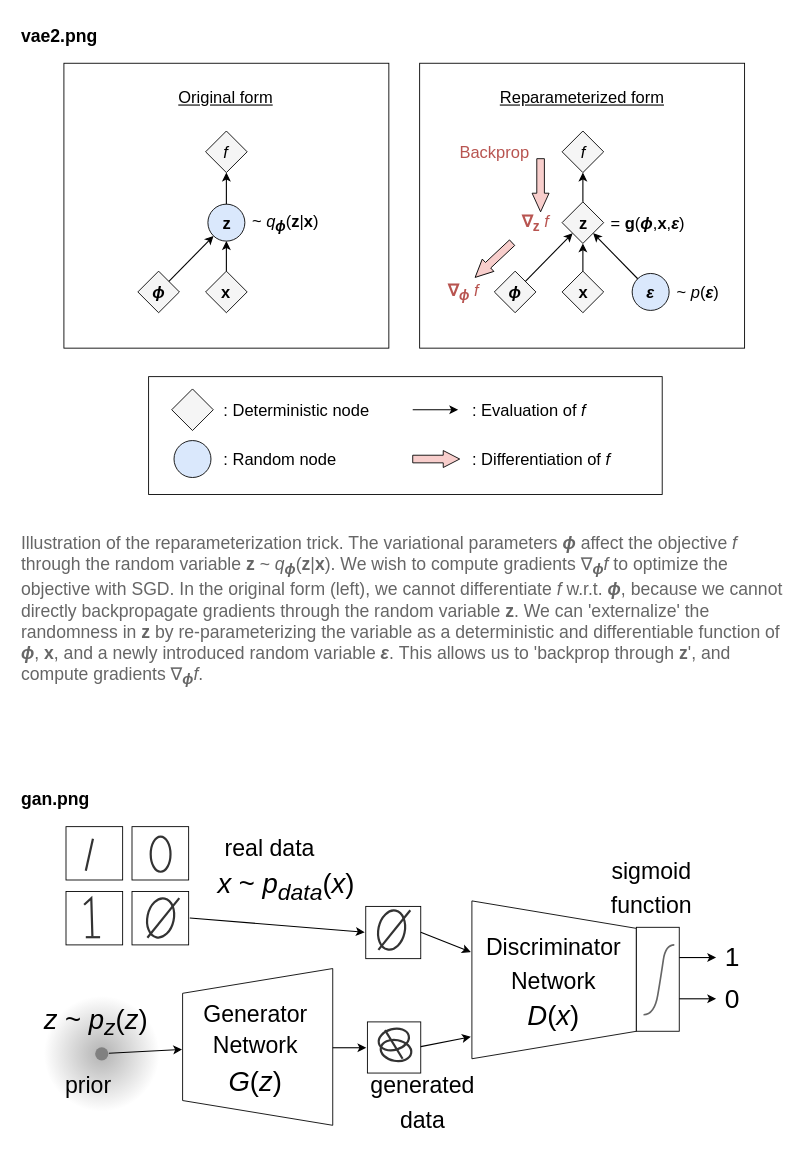
Before: assets/vae-gan/vae-gan.drawio in brunomaga/brunomaga.github.io, a draw.io diagram. Source tidied: cells renumbered, new cells numbered last; positions are measured from the earlier drawing's top-left corner, leaving out a move shared by most shapes. Both pictures are drawn from the tidied source at 110%, with x=0, y=0 at pixel (19, 19).
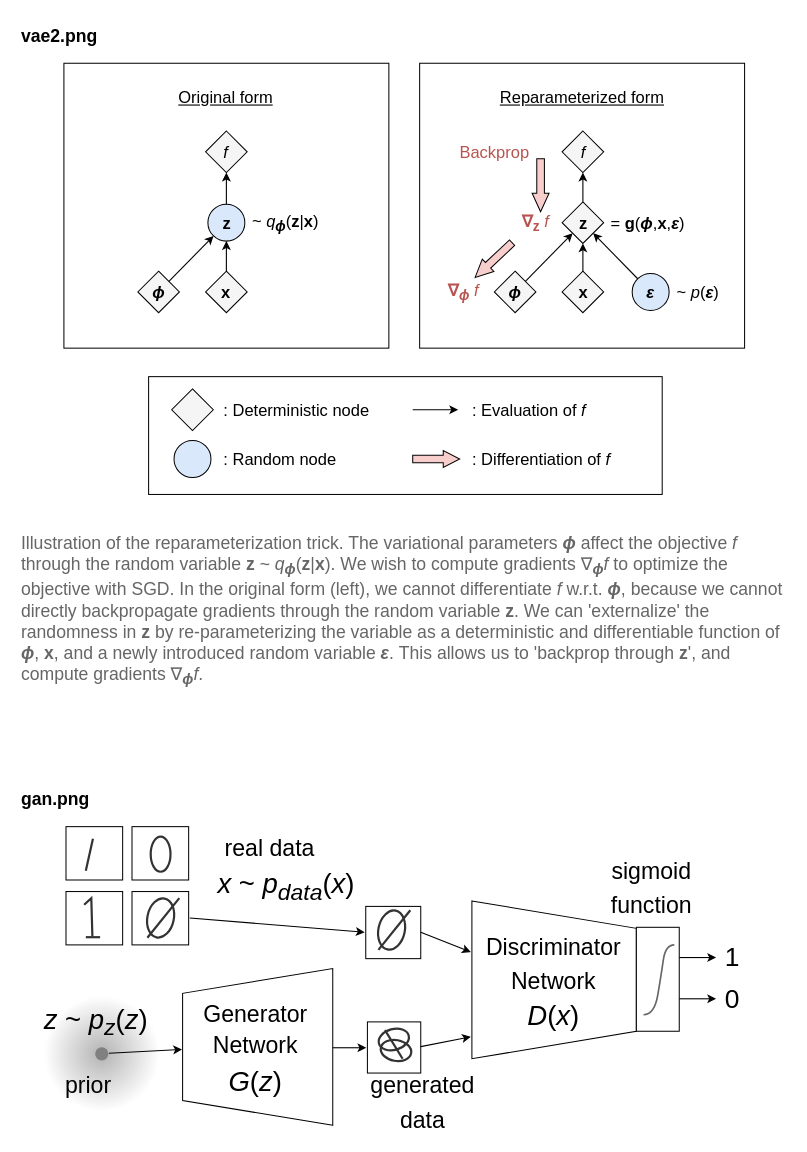
The same page after the edit.

Unchanged cells that the change refers to:
```xml
<mxCell id="3" style="group;" parent="1" vertex="1">
  <mxGeometry y="40" width="700" height="574" as="geometry" />
</mxCell>
<mxCell id="43" style="group;" parent="1" vertex="1">
  <mxGeometry y="734" width="661" height="277" as="geometry" />
</mxCell>
```

What changed in the source:
```diff
@@
-    <mxCell id="4" style="rounded=0;whiteSpace=wrap;html=1;fillColor=#ffffff;fontSize=14;strokeColor=#000000;strokeWidth=0.8;" parent="3" vertex="1">
+    <mxCell id="4" style="rounded=0;whiteSpace=wrap;html=1;fillColor=#ffffff;fontSize=14;strokeColor=#000000;strokeWidth=0.92;" parent="3" vertex="1">
       <mxGeometry x="40.6" width="295.4" height="259" as="geometry" />
     </mxCell>
@@
-    <mxCell id="6" style="rounded=0;whiteSpace=wrap;html=1;fillColor=#ffffff;fontSize=14;strokeColor=#000000;strokeWidth=0.8;" parent="3" vertex="1">
+    <mxCell id="6" style="rounded=0;whiteSpace=wrap;html=1;fillColor=#ffffff;fontSize=14;strokeColor=#000000;strokeWidth=0.92;" parent="3" vertex="1">
       <mxGeometry x="364" width="295.4" height="259" as="geometry" />
     </mxCell>
@@
-    <mxCell id="8" value="&lt;i&gt;f&lt;/i&gt;" style="shape=rhombus;whiteSpace=wrap;html=1;fillColor=#f5f5f5;fontSize=15;perimeter=rhombusPerimeter;strokeColor=#000000;strokeWidth=0.8;" parent="3" vertex="1">
+    <mxCell id="8" value="&lt;i&gt;f&lt;/i&gt;" style="shape=rhombus;whiteSpace=wrap;html=1;fillColor=#f5f5f5;fontSize=15;perimeter=rhombusPerimeter;strokeColor=#000000;strokeWidth=0.92;" parent="3" vertex="1">
       <mxGeometry x="169.4" y="61.6" width="37.8" height="37.8" as="geometry" />
     </mxCell>
-    <mxCell id="9" value="&lt;b&gt;z&lt;/b&gt;" style="ellipse;whiteSpace=wrap;html=1;fillColor=#dae8fc;fontSize=15;strokeColor=#000000;strokeWidth=0.8;" parent="3" vertex="1">
+    <mxCell id="9" value="&lt;b&gt;z&lt;/b&gt;" style="ellipse;whiteSpace=wrap;html=1;fillColor=#dae8fc;fontSize=15;strokeColor=#000000;strokeWidth=0.92;" parent="3" vertex="1">
       <mxGeometry x="171.5" y="128.1" width="33.6" height="33.6" as="geometry" />
     </mxCell>
-    <mxCell id="10" value="&lt;b&gt;&lt;i&gt;ϕ&lt;/i&gt;&lt;/b&gt;" style="shape=rhombus;whiteSpace=wrap;html=1;fillColor=#f5f5f5;fontSize=15;perimeter=rhombusPerimeter;strokeColor=#000000;strokeWidth=0.8;" parent="3" vertex="1">
+    <mxCell id="10" value="&lt;b&gt;&lt;i&gt;ϕ&lt;/i&gt;&lt;/b&gt;" style="shape=rhombus;whiteSpace=wrap;html=1;fillColor=#f5f5f5;fontSize=15;perimeter=rhombusPerimeter;strokeColor=#000000;strokeWidth=0.92;" parent="3" vertex="1">
       <mxGeometry x="107.8" y="189" width="37.8" height="37.8" as="geometry" />
     </mxCell>
-    <mxCell id="11" value="&lt;b&gt;x&lt;/b&gt;" style="shape=rhombus;whiteSpace=wrap;html=1;fillColor=#f5f5f5;fontSize=15;perimeter=rhombusPerimeter;strokeColor=#000000;strokeWidth=0.8;" parent="3" vertex="1">
+    <mxCell id="11" value="&lt;b&gt;x&lt;/b&gt;" style="shape=rhombus;whiteSpace=wrap;html=1;fillColor=#f5f5f5;fontSize=15;perimeter=rhombusPerimeter;strokeColor=#000000;strokeWidth=0.92;" parent="3" vertex="1">
       <mxGeometry x="169.4" y="189" width="37.8" height="37.8" as="geometry" />
     </mxCell>
@@
-    <mxCell id="16" value="&lt;i&gt;f&lt;/i&gt;" style="shape=rhombus;whiteSpace=wrap;html=1;fillColor=#f5f5f5;fontSize=15;perimeter=rhombusPerimeter;strokeColor=#000000;strokeWidth=0.8;" parent="3" vertex="1">
+    <mxCell id="16" value="&lt;i&gt;f&lt;/i&gt;" style="shape=rhombus;whiteSpace=wrap;html=1;fillColor=#f5f5f5;fontSize=15;perimeter=rhombusPerimeter;strokeColor=#000000;strokeWidth=0.92;" parent="3" vertex="1">
       <mxGeometry x="493.5" y="61.6" width="37.8" height="37.8" as="geometry" />
     </mxCell>
-    <mxCell id="17" value="&lt;b&gt;z&lt;/b&gt;" style="shape=rhombus;whiteSpace=wrap;html=1;fillColor=#f5f5f5;fontSize=15;perimeter=rhombusPerimeter;strokeColor=#000000;strokeWidth=0.8;" parent="3" vertex="1">
+    <mxCell id="17" value="&lt;b&gt;z&lt;/b&gt;" style="shape=rhombus;whiteSpace=wrap;html=1;fillColor=#f5f5f5;fontSize=15;perimeter=rhombusPerimeter;strokeColor=#000000;strokeWidth=0.92;" parent="3" vertex="1">
       <mxGeometry x="493.5" y="126" width="37.8" height="37.8" as="geometry" />
     </mxCell>
-    <mxCell id="18" value="&lt;b&gt;&lt;i&gt;ϕ&lt;/i&gt;&lt;/b&gt;" style="shape=rhombus;whiteSpace=wrap;html=1;fillColor=#f5f5f5;fontSize=15;perimeter=rhombusPerimeter;strokeColor=#000000;strokeWidth=0.8;" parent="3" vertex="1">
+    <mxCell id="18" value="&lt;b&gt;&lt;i&gt;ϕ&lt;/i&gt;&lt;/b&gt;" style="shape=rhombus;whiteSpace=wrap;html=1;fillColor=#f5f5f5;fontSize=15;perimeter=rhombusPerimeter;strokeColor=#000000;strokeWidth=0.92;" parent="3" vertex="1">
       <mxGeometry x="431.9" y="189" width="37.8" height="37.8" as="geometry" />
     </mxCell>
-    <mxCell id="19" value="&lt;b&gt;x&lt;/b&gt;" style="shape=rhombus;whiteSpace=wrap;html=1;fillColor=#f5f5f5;fontSize=15;perimeter=rhombusPerimeter;strokeColor=#000000;strokeWidth=0.8;" parent="3" vertex="1">
+    <mxCell id="19" value="&lt;b&gt;x&lt;/b&gt;" style="shape=rhombus;whiteSpace=wrap;html=1;fillColor=#f5f5f5;fontSize=15;perimeter=rhombusPerimeter;strokeColor=#000000;strokeWidth=0.92;" parent="3" vertex="1">
       <mxGeometry x="493.5" y="189" width="37.8" height="37.8" as="geometry" />
     </mxCell>
-    <mxCell id="20" value="&lt;b&gt;&lt;i&gt;ε&lt;/i&gt;&lt;/b&gt;" style="ellipse;whiteSpace=wrap;html=1;fillColor=#dae8fc;fontSize=15;strokeColor=#000000;strokeWidth=0.8;" parent="3" vertex="1">
+    <mxCell id="20" value="&lt;b&gt;&lt;i&gt;ε&lt;/i&gt;&lt;/b&gt;" style="ellipse;whiteSpace=wrap;html=1;fillColor=#dae8fc;fontSize=15;strokeColor=#000000;strokeWidth=0.92;" parent="3" vertex="1">
       <mxGeometry x="557.2" y="191.1" width="33.6" height="33.6" as="geometry" />
     </mxCell>
@@
-    <mxCell id="28" style="shape=singleArrow;whiteSpace=wrap;html=1;fillColor=#f8cecc;fontSize=14;arrowWidth=0.45;arrowSize=0.35;rotation=90.0;strokeColor=#000000;strokeWidth=0.8;" parent="3" vertex="1">
+    <mxCell id="28" style="shape=singleArrow;whiteSpace=wrap;html=1;fillColor=#f8cecc;fontSize=14;arrowWidth=0.45;arrowSize=0.35;rotation=90.0;strokeColor=#000000;strokeWidth=0.92;" parent="3" vertex="1">
       <mxGeometry x="449.8" y="103.2" width="48.3" height="15.4" as="geometry" />
     </mxCell>
@@
-    <mxCell id="30" style="shape=singleArrow;whiteSpace=wrap;html=1;fillColor=#f8cecc;fontSize=14;arrowWidth=0.45;arrowSize=0.35;rotation=136.8;strokeColor=#000000;strokeWidth=0.8;" parent="3" vertex="1">
+    <mxCell id="30" style="shape=singleArrow;whiteSpace=wrap;html=1;fillColor=#f8cecc;fontSize=14;arrowWidth=0.45;arrowSize=0.35;rotation=136.8;strokeColor=#000000;strokeWidth=0.92;" parent="3" vertex="1">
       <mxGeometry x="408.2" y="171.2" width="46.1" height="15.4" as="geometry" />
     </mxCell>
@@
-    <mxCell id="32" style="rounded=0;whiteSpace=wrap;html=1;fillColor=#ffffff;fontSize=14;strokeColor=#000000;strokeWidth=0.8;" parent="3" vertex="1">
+    <mxCell id="32" style="rounded=0;whiteSpace=wrap;html=1;fillColor=#ffffff;fontSize=14;strokeColor=#000000;strokeWidth=0.92;" parent="3" vertex="1">
       <mxGeometry x="117.6" y="284.9" width="466.9" height="107.1" as="geometry" />
     </mxCell>
-    <mxCell id="33" style="shape=rhombus;whiteSpace=wrap;html=1;fillColor=#f5f5f5;fontSize=15;perimeter=rhombusPerimeter;strokeColor=#000000;strokeWidth=0.8;" parent="3" vertex="1">
+    <mxCell id="33" style="shape=rhombus;whiteSpace=wrap;html=1;fillColor=#f5f5f5;fontSize=15;perimeter=rhombusPerimeter;strokeColor=#000000;strokeWidth=0.92;" parent="3" vertex="1">
       <mxGeometry x="138.6" y="296.1" width="37.8" height="37.8" as="geometry" />
     </mxCell>
-    <mxCell id="34" style="ellipse;whiteSpace=wrap;html=1;fillColor=#dae8fc;fontSize=14;strokeColor=#000000;strokeWidth=0.8;" parent="3" vertex="1">
+    <mxCell id="34" style="ellipse;whiteSpace=wrap;html=1;fillColor=#dae8fc;fontSize=14;strokeColor=#000000;strokeWidth=0.92;" parent="3" vertex="1">
       <mxGeometry x="140.7" y="343" width="33.6" height="33.6" as="geometry" />
     </mxCell>
@@
-    <mxCell id="38" style="shape=singleArrow;whiteSpace=wrap;html=1;fillColor=#f8cecc;fontSize=14;arrowWidth=0.45;arrowSize=0.35;rotation=0.0;strokeColor=#000000;strokeWidth=0.8;" parent="3" vertex="1">
+    <mxCell id="38" style="shape=singleArrow;whiteSpace=wrap;html=1;fillColor=#f8cecc;fontSize=14;arrowWidth=0.45;arrowSize=0.35;rotation=0.0;strokeColor=#000000;strokeWidth=0.92;" parent="3" vertex="1">
       <mxGeometry x="357.7" y="352.1" width="42.7" height="15.4" as="geometry" />
     </mxCell>
@@
-    <mxCell id="44" style="rounded=0;whiteSpace=wrap;html=1;fillColor=#ffffff;fontSize=14;strokeColor=#000000;strokeWidth=0.8;" parent="43" vertex="1">
+    <mxCell id="44" style="rounded=0;whiteSpace=wrap;html=1;fillColor=#ffffff;fontSize=14;strokeColor=#000000;strokeWidth=0.93;" parent="43" vertex="1">
       <mxGeometry x="42.5" width="51.5" height="48.5" as="geometry" />
     </mxCell>
-    <mxCell id="45" style="rounded=0;whiteSpace=wrap;html=1;fillColor=#ffffff;fontSize=14;strokeColor=#000000;strokeWidth=0.8;" parent="43" vertex="1">
+    <mxCell id="45" style="rounded=0;whiteSpace=wrap;html=1;fillColor=#ffffff;fontSize=14;strokeColor=#000000;strokeWidth=0.93;" parent="43" vertex="1">
       <mxGeometry x="102.5" width="51.5" height="48.5" as="geometry" />
     </mxCell>
-    <mxCell id="46" style="rounded=0;whiteSpace=wrap;html=1;fillColor=#ffffff;fontSize=14;strokeColor=#000000;strokeWidth=0.8;" parent="43" vertex="1">
+    <mxCell id="46" style="rounded=0;whiteSpace=wrap;html=1;fillColor=#ffffff;fontSize=14;strokeColor=#000000;strokeWidth=0.93;" parent="43" vertex="1">
       <mxGeometry x="42.5" y="59" width="51.5" height="48.5" as="geometry" />
     </mxCell>
-    <mxCell id="47" style="rounded=0;whiteSpace=wrap;html=1;fillColor=#ffffff;fontSize=14;strokeColor=#000000;strokeWidth=0.8;" parent="43" vertex="1">
+    <mxCell id="47" style="rounded=0;whiteSpace=wrap;html=1;fillColor=#ffffff;fontSize=14;strokeColor=#000000;strokeWidth=0.93;" parent="43" vertex="1">
       <mxGeometry x="102.5" y="59" width="51.5" height="48.5" as="geometry" />
     </mxCell>
-    <mxCell id="48" style="rounded=0;whiteSpace=wrap;html=1;fillColor=#ffffff;fontSize=14;strokeColor=#000000;strokeWidth=0.8;" parent="43" vertex="1">
+    <mxCell id="48" style="rounded=0;whiteSpace=wrap;html=1;fillColor=#ffffff;fontSize=14;strokeColor=#000000;strokeWidth=0.93;" parent="43" vertex="1">
       <mxGeometry x="315" y="72.5" width="50" height="47.5" as="geometry" />
     </mxCell>
@@
-    <mxCell id="65" style="shape=trapezoid;whiteSpace=wrap;html=1;fillColor=#ffffff;fontSize=14;direction=north;size=0.158;strokeColor=#000000;strokeWidth=0.8;" parent="43" vertex="1">
+    <mxCell id="65" style="shape=trapezoid;whiteSpace=wrap;html=1;fillColor=#ffffff;fontSize=14;direction=north;size=0.158;strokeColor=#000000;strokeWidth=0.93;" parent="43" vertex="1">
       <mxGeometry x="148.5" y="129" width="136.5" height="142.5" as="geometry" />
     </mxCell>
@@
-    <mxCell id="70" style="rounded=0;whiteSpace=wrap;html=1;fillColor=#ffffff;fontSize=14;strokeColor=#000000;strokeWidth=0.8;" parent="43" vertex="1">
+    <mxCell id="70" style="rounded=0;whiteSpace=wrap;html=1;fillColor=#ffffff;fontSize=14;strokeColor=#000000;strokeWidth=0.93;" parent="43" vertex="1">
       <mxGeometry x="316.5" y="177.5" width="48.5" height="46.5" as="geometry" />
     </mxCell>
@@
-    <mxCell id="78" style="shape=trapezoid;whiteSpace=wrap;html=1;fillColor=#ffffff;fontSize=14;direction=south;size=0.174;strokeColor=#000000;strokeWidth=0.8;" parent="43" vertex="1">
+    <mxCell id="78" style="shape=trapezoid;whiteSpace=wrap;html=1;fillColor=#ffffff;fontSize=14;direction=south;size=0.174;strokeColor=#000000;strokeWidth=0.93;" parent="43" vertex="1">
       <mxGeometry x="411.5" y="67.5" width="149.5" height="143.5" as="geometry" />
     </mxCell>
@@
-    <mxCell id="82" style="rounded=0;whiteSpace=wrap;html=1;fillColor=#ffffff;fontSize=14;strokeColor=#000000;strokeWidth=0.8;" parent="43" vertex="1">
+    <mxCell id="82" style="rounded=0;whiteSpace=wrap;html=1;fillColor=#ffffff;fontSize=14;strokeColor=#000000;strokeWidth=0.93;" parent="43" vertex="1">
       <mxGeometry x="561" y="91.5" width="39" height="94.5" as="geometry" />
     </mxCell>
```
